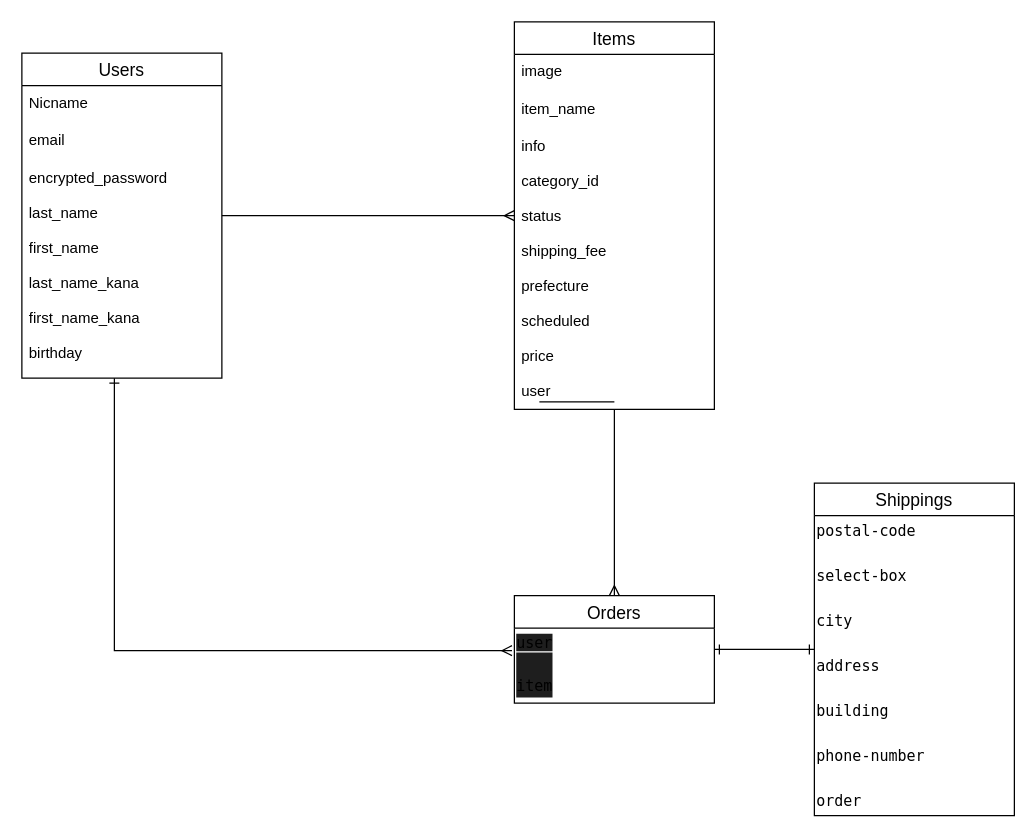
Earlier version of the draw.io diagram test.dio (Ytakagi66/furima-31924). Source tidied: cells renumbered, new cells numbered last; positions are measured from the earlier drawing's top-left corner, leaving out a move shared by most shapes. Both pictures are drawn from the tidied source at 125%, with x=0, y=0 at pixel (21, 21).
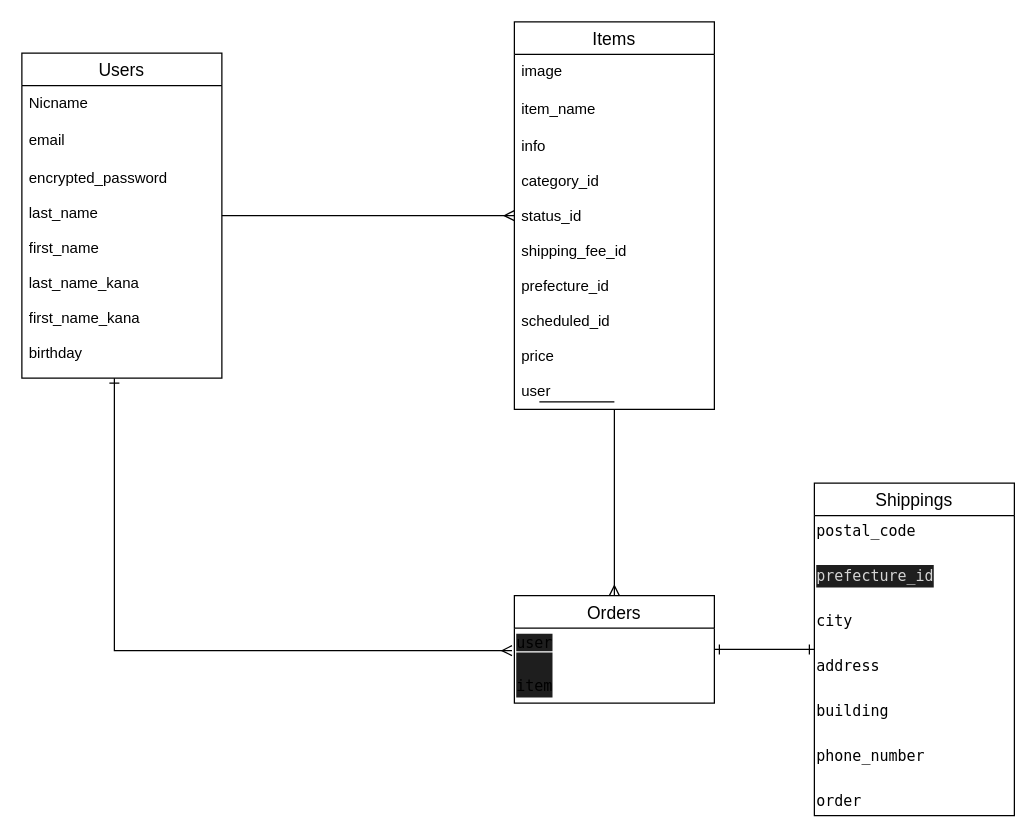
Above is the later version.

Commit message (it also covers changes not shown here):
ActiveHashに沿った修正

The change refers to these unchanged cells:
```xml
<mxCell id="9" value="Items" style="swimlane;fontStyle=0;horizontal=1;startSize=26;align=center;fontSize=14;" parent="1" vertex="1">
  <mxGeometry x="394" width="160" height="310" as="geometry" />
</mxCell>
<mxCell id="16" value="Shippings" style="swimlane;fontStyle=0;horizontal=1;startSize=26;align=center;fontSize=14;" parent="1" vertex="1">
  <mxGeometry x="634" y="369" width="160" height="266" as="geometry" />
</mxCell>
```

The edit, as a diff of the source:
```diff
@@
-    <mxCell id="12" value="info&#10;&#10;category_id&#10;&#10;status&#10;&#10;shipping_fee&#10;&#10;prefecture&#10;&#10;scheduled&#10;&#10;price&#10;&#10;user&#10;&#10;" style="text;strokeColor=none;fillColor=none;spacingLeft=4;spacingRight=4;overflow=hidden;fontSize=12;" parent="9" vertex="1">
+    <mxCell id="12" value="info&#10;&#10;category_id&#10;&#10;status_id&#10;&#10;shipping_fee_id&#10;&#10;prefecture_id&#10;&#10;scheduled_id&#10;&#10;price&#10;&#10;user&#10;&#10;" style="text;strokeColor=none;fillColor=none;spacingLeft=4;spacingRight=4;overflow=hidden;fontSize=12;" parent="9" vertex="1">
       <mxGeometry y="86" width="160" height="224" as="geometry" />
     </mxCell>
@@
-    <mxCell id="17" value="&lt;div style=&quot;font-family: &amp;#34;menlo&amp;#34; , &amp;#34;monaco&amp;#34; , &amp;#34;courier new&amp;#34; , monospace ; line-height: 18px&quot;&gt;&lt;span&gt;postal-code&lt;/span&gt;&lt;/div&gt;&lt;div style=&quot;font-family: &amp;#34;menlo&amp;#34; , &amp;#34;monaco&amp;#34; , &amp;#34;courier new&amp;#34; , monospace ; line-height: 18px&quot;&gt;&lt;span&gt;&lt;br&gt;&lt;/span&gt;&lt;/div&gt;&lt;div style=&quot;font-family: &amp;#34;menlo&amp;#34; , &amp;#34;monaco&amp;#34; , &amp;#34;courier new&amp;#34; , monospace ; line-height: 18px&quot;&gt;&lt;div style=&quot;line-height: 18px&quot;&gt;&lt;span&gt;select-box&lt;/span&gt;&lt;/div&gt;&lt;div style=&quot;line-height: 18px&quot;&gt;&lt;span&gt;&lt;br&gt;&lt;/span&gt;&lt;/div&gt;&lt;div style=&quot;line-height: 18px&quot;&gt;&lt;span&gt;city&lt;/span&gt;&lt;/div&gt;&lt;div style=&quot;line-height: 18px&quot;&gt;&lt;span&gt;&lt;br&gt;&lt;/span&gt;&lt;/div&gt;&lt;div style=&quot;line-height: 18px&quot;&gt;&lt;span&gt;address&lt;/span&gt;&lt;/div&gt;&lt;div style=&quot;line-height: 18px&quot;&gt;&lt;span&gt;&lt;br&gt;&lt;/span&gt;&lt;/div&gt;&lt;div style=&quot;line-height: 18px&quot;&gt;&lt;div style=&quot;line-height: 18px&quot;&gt;&lt;span&gt;building&lt;/span&gt;&lt;/div&gt;&lt;div style=&quot;line-height: 18px&quot;&gt;&lt;span&gt;&lt;br&gt;&lt;/span&gt;&lt;/div&gt;&lt;div style=&quot;line-height: 18px&quot;&gt;&lt;div style=&quot;line-height: 18px&quot;&gt;&lt;span&gt;phone-number&lt;/span&gt;&lt;/div&gt;&lt;div style=&quot;line-height: 18px&quot;&gt;&lt;span&gt;&lt;br&gt;&lt;/span&gt;&lt;/div&gt;&lt;div style=&quot;line-height: 18px&quot;&gt;&lt;span&gt;order&lt;/span&gt;&lt;/div&gt;&lt;/div&gt;&lt;/div&gt;&lt;/div&gt;" style="text;html=1;align=left;verticalAlign=middle;" parent="16" vertex="1">
+    <mxCell id="17" value="&lt;div style=&quot;font-family: &amp;#34;menlo&amp;#34; , &amp;#34;monaco&amp;#34; , &amp;#34;courier new&amp;#34; , monospace ; line-height: 18px&quot;&gt;&lt;span&gt;postal_code&lt;/span&gt;&lt;/div&gt;&lt;div style=&quot;font-family: &amp;#34;menlo&amp;#34; , &amp;#34;monaco&amp;#34; , &amp;#34;courier new&amp;#34; , monospace ; line-height: 18px&quot;&gt;&lt;span&gt;&lt;br&gt;&lt;/span&gt;&lt;/div&gt;&lt;div style=&quot;font-family: &amp;#34;menlo&amp;#34; , &amp;#34;monaco&amp;#34; , &amp;#34;courier new&amp;#34; , monospace ; line-height: 18px&quot;&gt;&lt;div style=&quot;line-height: 18px&quot;&gt;&lt;div style=&quot;color: rgb(212 , 212 , 212) ; background-color: rgb(30 , 30 , 30) ; font-family: &amp;#34;menlo&amp;#34; , &amp;#34;monaco&amp;#34; , &amp;#34;courier new&amp;#34; , monospace ; line-height: 18px&quot;&gt;prefecture_id&lt;/div&gt;&lt;/div&gt;&lt;div style=&quot;line-height: 18px&quot;&gt;&lt;span&gt;&lt;br&gt;&lt;/span&gt;&lt;/div&gt;&lt;div style=&quot;line-height: 18px&quot;&gt;&lt;span&gt;city&lt;/span&gt;&lt;/div&gt;&lt;div style=&quot;line-height: 18px&quot;&gt;&lt;span&gt;&lt;br&gt;&lt;/span&gt;&lt;/div&gt;&lt;div style=&quot;line-height: 18px&quot;&gt;&lt;span&gt;address&lt;/span&gt;&lt;/div&gt;&lt;div style=&quot;line-height: 18px&quot;&gt;&lt;span&gt;&lt;br&gt;&lt;/span&gt;&lt;/div&gt;&lt;div style=&quot;line-height: 18px&quot;&gt;&lt;div style=&quot;line-height: 18px&quot;&gt;&lt;span&gt;building&lt;/span&gt;&lt;/div&gt;&lt;div style=&quot;line-height: 18px&quot;&gt;&lt;span&gt;&lt;br&gt;&lt;/span&gt;&lt;/div&gt;&lt;div style=&quot;line-height: 18px&quot;&gt;&lt;div style=&quot;line-height: 18px&quot;&gt;&lt;span&gt;phone_number&lt;/span&gt;&lt;/div&gt;&lt;div style=&quot;line-height: 18px&quot;&gt;&lt;span&gt;&lt;br&gt;&lt;/span&gt;&lt;/div&gt;&lt;div style=&quot;line-height: 18px&quot;&gt;&lt;span&gt;order&lt;/span&gt;&lt;/div&gt;&lt;/div&gt;&lt;/div&gt;&lt;/div&gt;" style="text;html=1;align=left;verticalAlign=middle;" parent="16" vertex="1">
       <mxGeometry y="26" width="160" height="240" as="geometry" />
     </mxCell>
```
